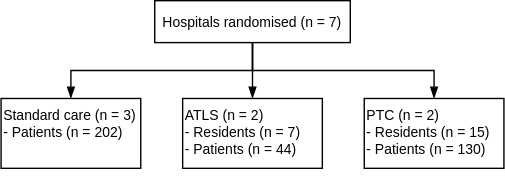
Earlier version of the draw.io export modified-consort-flow-diagram.svg (martingerdin/tern-pilot). Source tidied: cells renumbered, new cells last; positions are measured from the earlier drawing's top-left corner, leaving out a move shared by most shapes. The source it was exported from:
```xml
<mxGraphModel background="#ffffff">
  <root>
    <mxCell id="0" />
    <mxCell id="1" parent="0" />
    <mxCell id="2" style="edgeStyle=orthogonalEdgeStyle;html=1;exitX=0.5;exitY=1;exitDx=0;exitDy=0;entryX=0.5;entryY=0;entryDx=0;entryDy=0;strokeColor=#000000;fontColor=#000000;rounded=0;endArrow=blockThin;endFill=1;" parent="1" edge="1" source="5" target="6">
      <mxGeometry relative="1" as="geometry" />
    </mxCell>
    <mxCell id="3" style="rounded=0;html=1;exitX=0.5;exitY=1;exitDx=0;exitDy=0;entryX=0.5;entryY=0;entryDx=0;entryDy=0;strokeColor=#000000;fontColor=#000000;endArrow=blockThin;endFill=1;edgeStyle=orthogonalEdgeStyle;" parent="1" edge="1" source="5" target="8">
      <mxGeometry relative="1" as="geometry" />
    </mxCell>
    <mxCell id="4" style="edgeStyle=orthogonalEdgeStyle;rounded=0;html=1;exitX=0.5;exitY=1;exitDx=0;exitDy=0;entryX=0.5;entryY=0;entryDx=0;entryDy=0;strokeColor=#000000;fontColor=#000000;endArrow=blockThin;endFill=1;" parent="1" edge="1" source="5" target="7">
      <mxGeometry relative="1" as="geometry" />
    </mxCell>
    <mxCell id="5" value="&lt;font color=&quot;#000000&quot; style=&quot;font-size: 10px;&quot;&gt;Hospitals randomised (n = 7)&lt;/font&gt;" style="whiteSpace=wrap;html=1;strokeColor=#000000;fillColor=none;align=center;fontSize=10;" parent="1" vertex="1">
      <mxGeometry x="110" width="140" height="30" as="geometry" />
    </mxCell>
    <mxCell id="6" value="&lt;font color=&quot;#000000&quot; style=&quot;font-size: 10px;&quot;&gt;Standard care (n = 3)&lt;br style=&quot;font-size: 10px;&quot;&gt;- Patients (n = n.control)&lt;br style=&quot;font-size: 10px;&quot;&gt;&lt;/font&gt;" style="whiteSpace=wrap;html=1;strokeColor=#000000;fillColor=none;align=left;fontSize=10;verticalAlign=top;" parent="1" vertex="1">
      <mxGeometry y="70" width="100" height="50" as="geometry" />
    </mxCell>
    <mxCell id="7" value="&lt;font color=&quot;#000000&quot; style=&quot;font-size: 10px;&quot;&gt;ATLS (n = 2)&lt;br style=&quot;font-size: 10px;&quot;&gt;- Residents (n = n.atls.residents)&lt;br style=&quot;font-size: 10px;&quot;&gt;- Patients (n = n.atls)&lt;br style=&quot;font-size: 10px;&quot;&gt;&lt;/font&gt;" style="whiteSpace=wrap;html=1;strokeColor=#000000;fillColor=none;align=left;fontSize=10;verticalAlign=top;labelPosition=center;verticalLabelPosition=middle;" parent="1" vertex="1">
      <mxGeometry x="130" y="70" width="100" height="50" as="geometry" />
    </mxCell>
    <mxCell id="8" value="&lt;font color=&quot;#000000&quot; style=&quot;font-size: 10px;&quot;&gt;PTC (n = 2)&lt;br style=&quot;font-size: 10px;&quot;&gt;- Residents (n = n.ptc.residents)&lt;br style=&quot;font-size: 10px;&quot;&gt;- Patients (n = n.ptc)&lt;br style=&quot;font-size: 10px;&quot;&gt;&lt;/font&gt;" style="whiteSpace=wrap;html=1;strokeColor=#000000;fillColor=none;align=left;fontSize=10;verticalAlign=top;" parent="1" vertex="1">
      <mxGeometry x="260" y="70" width="100" height="50" as="geometry" />
    </mxCell>
  </root>
</mxGraphModel>
```
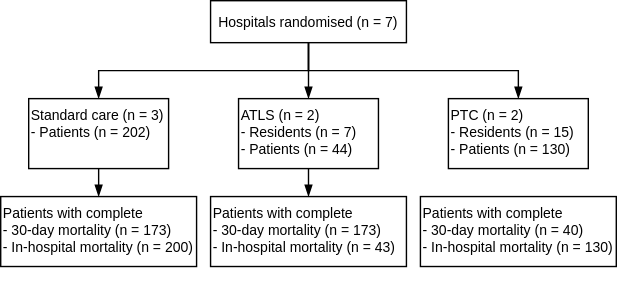
Above is the later version.

Commit message:
Update consort diagram

The edit, as a diff of the source:
```diff
@@ -12,16 +12,31 @@
       <mxGeometry relative="1" as="geometry" />
     </mxCell>
     <mxCell id="5" value="&lt;font color=&quot;#000000&quot; style=&quot;font-size: 10px;&quot;&gt;Hospitals randomised (n = 7)&lt;/font&gt;" style="whiteSpace=wrap;html=1;strokeColor=#000000;fillColor=none;align=center;fontSize=10;" parent="1" vertex="1">
-      <mxGeometry x="110" width="140" height="30" as="geometry" />
+      <mxGeometry x="10" width="140" height="30" as="geometry" />
     </mxCell>
+    <mxCell id="9" style="edgeStyle=none;html=1;exitX=0.5;exitY=1;exitDx=0;exitDy=0;rounded=0;curved=0;endArrow=blockThin;endFill=1;" parent="1" edge="1" source="6" target="10">
+      <mxGeometry relative="1" as="geometry" />
+    </mxCell>
     <mxCell id="6" value="&lt;font color=&quot;#000000&quot; style=&quot;font-size: 10px;&quot;&gt;Standard care (n = 3)&lt;br style=&quot;font-size: 10px;&quot;&gt;- Patients (n = n.control)&lt;br style=&quot;font-size: 10px;&quot;&gt;&lt;/font&gt;" style="whiteSpace=wrap;html=1;strokeColor=#000000;fillColor=none;align=left;fontSize=10;verticalAlign=top;" parent="1" vertex="1">
-      <mxGeometry y="70" width="100" height="50" as="geometry" />
+      <mxGeometry x="-120" y="70" width="100" height="50" as="geometry" />
     </mxCell>
     <mxCell id="7" value="&lt;font color=&quot;#000000&quot; style=&quot;font-size: 10px;&quot;&gt;ATLS (n = 2)&lt;br style=&quot;font-size: 10px;&quot;&gt;- Residents (n = n.atls.residents)&lt;br style=&quot;font-size: 10px;&quot;&gt;- Patients (n = n.atls)&lt;br style=&quot;font-size: 10px;&quot;&gt;&lt;/font&gt;" style="whiteSpace=wrap;html=1;strokeColor=#000000;fillColor=none;align=left;fontSize=10;verticalAlign=top;labelPosition=center;verticalLabelPosition=middle;" parent="1" vertex="1">
-      <mxGeometry x="130" y="70" width="100" height="50" as="geometry" />
+      <mxGeometry x="30" y="70" width="100" height="50" as="geometry" />
     </mxCell>
     <mxCell id="8" value="&lt;font color=&quot;#000000&quot; style=&quot;font-size: 10px;&quot;&gt;PTC (n = 2)&lt;br style=&quot;font-size: 10px;&quot;&gt;- Residents (n = n.ptc.residents)&lt;br style=&quot;font-size: 10px;&quot;&gt;- Patients (n = n.ptc)&lt;br style=&quot;font-size: 10px;&quot;&gt;&lt;/font&gt;" style="whiteSpace=wrap;html=1;strokeColor=#000000;fillColor=none;align=left;fontSize=10;verticalAlign=top;" parent="1" vertex="1">
-      <mxGeometry x="260" y="70" width="100" height="50" as="geometry" />
+      <mxGeometry x="180" y="70" width="100" height="50" as="geometry" />
     </mxCell>
+    <mxCell id="10" value="&lt;font color=&quot;#000000&quot; style=&quot;font-size: 10px;&quot;&gt;Patients with complete&lt;/font&gt;&lt;div&gt;&lt;font color=&quot;#000000&quot;&gt;- 30-day mortality (n = n.control.complete.m30d)&lt;/font&gt;&lt;/div&gt;&lt;div&gt;&lt;font color=&quot;#000000&quot;&gt;- In-hospital mortality (n = n.control.complete.hd)&lt;/font&gt;&lt;/div&gt;" style="whiteSpace=wrap;html=1;strokeColor=#000000;fillColor=none;align=left;fontSize=10;verticalAlign=top;" parent="1" vertex="1">
+      <mxGeometry x="-140" y="140" width="140" height="50" as="geometry" />
+    </mxCell>
+    <mxCell id="11" value="&lt;font color=&quot;#000000&quot; style=&quot;font-size: 10px;&quot;&gt;Patients with complete&lt;/font&gt;&lt;div&gt;&lt;font color=&quot;#000000&quot;&gt;- 30-day mortality (n = n.atls.complete.m30d)&lt;/font&gt;&lt;/div&gt;&lt;div&gt;&lt;font color=&quot;#000000&quot;&gt;- In-hospital mortality (n = n.atls.complete.hd)&lt;/font&gt;&lt;/div&gt;" style="whiteSpace=wrap;html=1;strokeColor=#000000;fillColor=none;align=left;fontSize=10;verticalAlign=top;" parent="1" vertex="1">
+      <mxGeometry x="10" y="140" width="140" height="50" as="geometry" />
+    </mxCell>
+    <mxCell id="12" style="edgeStyle=none;html=1;exitX=0.5;exitY=1;exitDx=0;exitDy=0;rounded=0;curved=0;endArrow=blockThin;endFill=1;entryX=0.5;entryY=0;entryDx=0;entryDy=0;" parent="1" edge="1" source="7" target="11">
+      <mxGeometry relative="1" as="geometry" />
+    </mxCell>
+    <mxCell id="13" value="&lt;font color=&quot;#000000&quot; style=&quot;font-size: 10px;&quot;&gt;Patients with complete&lt;/font&gt;&lt;div&gt;&lt;font color=&quot;#000000&quot;&gt;- 30-day mortality (n = n.ptc.complete.m30d)&lt;/font&gt;&lt;/div&gt;&lt;div&gt;&lt;font color=&quot;#000000&quot;&gt;- In-hospital mortality (n = n.ptc.complete.hd)&lt;/font&gt;&lt;/div&gt;" style="whiteSpace=wrap;html=1;strokeColor=#000000;fillColor=none;align=left;fontSize=10;verticalAlign=top;" parent="1" vertex="1">
+      <mxGeometry x="160" y="140" width="140" height="50" as="geometry" />
+    </mxCell>
   </root>
 </mxGraphModel>
```
